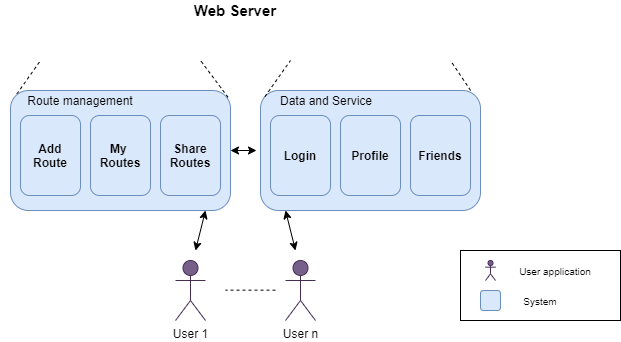
Arquisoft/viade_es3a keeps this draw.io diagram as src/docs/images/d05_level3.png. Above is the earlier version. Source tidied: cells renumbered, new cells last; positions are measured from the earlier drawing's top-left corner, leaving out a move shared by most shapes.
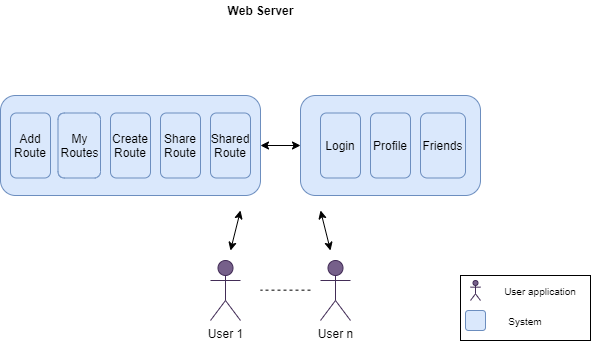
The same diagram one commit later.

What changed in the source:
```diff
@@ -2,102 +2,83 @@
   <root>
     <mxCell id="0" />
     <mxCell id="1" parent="0" />
-    <mxCell id="2" style="rounded=0;whiteSpace=wrap;html=1;" parent="1" vertex="1">
-      <mxGeometry x="460" y="250" width="160" height="70" as="geometry" />
-    </mxCell>
-    <mxCell id="3" value="&lt;font style=&quot;font-size: 15px&quot;&gt;&lt;b&gt;Web Server&lt;/b&gt;&lt;/font&gt;" style="text;html=1;strokeColor=none;fillColor=none;align=center;verticalAlign=middle;whiteSpace=wrap;rounded=0;" parent="1" vertex="1">
-      <mxGeometry x="175" width="120" height="20" as="geometry" />
-    </mxCell>
     <mxCell id="4" value="&lt;font color=&quot;#000000&quot;&gt;User 1&lt;/font&gt;" style="shape=umlActor;verticalLabelPosition=bottom;labelBackgroundColor=#ffffff;verticalAlign=top;html=1;fillColor=#76608a;strokeColor=#432D57;fontColor=#ffffff;" parent="1" vertex="1">
-      <mxGeometry x="175" y="260" width="30" height="60" as="geometry" />
+      <mxGeometry x="850" y="695" width="30" height="60" as="geometry" />
     </mxCell>
     <mxCell id="5" value="&lt;font color=&quot;#000000&quot;&gt;User n&lt;/font&gt;" style="shape=umlActor;verticalLabelPosition=bottom;labelBackgroundColor=#ffffff;verticalAlign=top;html=1;fillColor=#76608a;strokeColor=#432D57;fontColor=#ffffff;" parent="1" vertex="1">
-      <mxGeometry x="285" y="260" width="30" height="60" as="geometry" />
+      <mxGeometry x="960" y="695" width="30" height="60" as="geometry" />
     </mxCell>
-    <mxCell id="6" style="endArrow=none;dashed=1;html=1;" parent="1" edge="1">
-      <mxGeometry relative="1" as="geometry">
-        <mxPoint x="275" y="289.7" as="sourcePoint" />
-        <mxPoint x="225" y="289.7" as="targetPoint" />
-      </mxGeometry>
-    </mxCell>
-    <mxCell id="7" style="endArrow=classic;startArrow=classic;html=1;entryX=0.25;entryY=1;entryDx=0;entryDy=0;" parent="1" edge="1">
-      <mxGeometry relative="1" as="geometry">
-        <mxPoint x="195" y="250" as="sourcePoint" />
-        <mxPoint x="205" y="210" as="targetPoint" />
-      </mxGeometry>
-    </mxCell>
-    <mxCell id="8" style="endArrow=classic;startArrow=classic;html=1;" parent="1" edge="1">
-      <mxGeometry relative="1" as="geometry">
-        <mxPoint x="295" y="250" as="sourcePoint" />
-        <mxPoint x="285" y="210" as="targetPoint" />
-      </mxGeometry>
-    </mxCell>
-    <mxCell id="9" style="endArrow=none;dashed=1;html=1;exitX=0.029;exitY=0.029;exitDx=0;exitDy=0;exitPerimeter=0;" parent="1" edge="1" source="10">
-      <mxGeometry relative="1" as="geometry">
-        <mxPoint x="40" y="60" as="targetPoint" />
-      </mxGeometry>
-    </mxCell>
-    <mxCell id="10" style="rounded=1;whiteSpace=wrap;html=1;fillColor=#dae8fc;strokeColor=#6c8ebf;" parent="1" vertex="1">
-      <mxGeometry x="10" y="90" width="220" height="120" as="geometry" />
-    </mxCell>
+    <mxCell id="28" style="endArrow=none;dashed=1;html=1;" parent="1" edge="1">
+      <mxGeometry relative="1" as="geometry">
+        <mxPoint x="950" y="724.7" as="sourcePoint" />
+        <mxPoint x="900" y="724.7" as="targetPoint" />
+      </mxGeometry>
+    </mxCell>
+    <mxCell id="29" style="endArrow=classic;startArrow=classic;html=1;entryX=0.25;entryY=1;entryDx=0;entryDy=0;" parent="1" edge="1">
+      <mxGeometry relative="1" as="geometry">
+        <mxPoint x="870" y="685" as="sourcePoint" />
+        <mxPoint x="880" y="645" as="targetPoint" />
+      </mxGeometry>
+    </mxCell>
+    <mxCell id="30" style="rounded=1;whiteSpace=wrap;html=1;fillColor=#dae8fc;strokeColor=#6c8ebf;" parent="1" vertex="1">
+      <mxGeometry x="640" y="530" width="260" height="100" as="geometry" />
+    </mxCell>
+    <mxCell id="31" value="&lt;span style=&quot;color: rgba(0 , 0 , 0 , 0) ; font-family: monospace ; font-size: 0px&quot;&gt;%3CmxGraphModel%3E%3Croot%3E%3CmxCell%20id%3D%220%22%2F%3E%3CmxCell%20id%3D%221%22%20parent%3D%220%22%2F%3E%3CmxCell%20id%3D%222%22%20value%3D%22%26lt%3Bb%26gt%3B%26lt%3Bfont%20style%3D%26quot%3Bfont-size%3A%2017px%26quot%3B%26gt%3BViade%20Application%26lt%3B%2Ffont%26gt%3B%26lt%3B%2Fb%26gt%3B%22%20style%3D%22rounded%3D1%3BwhiteSpace%3Dwrap%3Bhtml%3D1%3B%22%20vertex%3D%221%22%20parent%3D%221%22%3E%3CmxGeometry%20x%3D%22-970%22%20y%3D%2290%22%20width%3D%22130%22%20height%3D%22100%22%20as%3D%22geometry%22%2F%3E%3C%2FmxCell%3E%3C%2Froot%3E%3C%2FmxGraphModel%3E&lt;/span&gt;" style="text;html=1;align=center;verticalAlign=middle;" parent="1" vertex="1">
+      <mxGeometry x="1041" y="625" width="20" height="20" as="geometry" />
+    </mxCell>
+    <mxCell id="32" style="rounded=1;whiteSpace=wrap;html=1;fillColor=#dae8fc;strokeColor=#6c8ebf;" parent="1" vertex="1">
+      <mxGeometry x="940" y="530" width="180" height="100" as="geometry" />
+    </mxCell>
+    <mxCell id="33" style="endArrow=classic;startArrow=classic;html=1;" parent="1" edge="1">
+      <mxGeometry relative="1" as="geometry">
+        <mxPoint x="970" y="685" as="sourcePoint" />
+        <mxPoint x="960" y="645" as="targetPoint" />
+      </mxGeometry>
+    </mxCell>
+    <mxCell id="34" style="endArrow=classic;startArrow=classic;html=1;entryX=0;entryY=0.5;entryDx=0;entryDy=0;exitX=1;exitY=0.5;exitDx=0;exitDy=0;" parent="1" edge="1" source="30" target="32">
+      <mxGeometry relative="1" as="geometry" />
+    </mxCell>
+    <mxCell id="35" style="rounded=0;whiteSpace=wrap;html=1;" parent="1" vertex="1">
+      <mxGeometry x="1100" y="710" width="130" height="65" as="geometry" />
+    </mxCell>
+    <mxCell id="36" style="shape=umlActor;verticalLabelPosition=bottom;labelBackgroundColor=#ffffff;verticalAlign=top;html=1;fillColor=#76608a;strokeColor=#432D57;fontColor=#ffffff;" parent="1" vertex="1">
+      <mxGeometry x="1110" y="715" width="10" height="20" as="geometry" />
+    </mxCell>
+    <mxCell id="24" value="&lt;font style=&quot;font-size: 10px&quot;&gt;User application&lt;/font&gt;" style="text;html=1;strokeColor=none;fillColor=none;align=center;verticalAlign=middle;whiteSpace=wrap;rounded=0;" parent="1" vertex="1">
+      <mxGeometry x="1120" y="715" width="120" height="20" as="geometry" />
+    </mxCell>
+    <mxCell id="37" style="rounded=1;whiteSpace=wrap;html=1;fillColor=#dae8fc;strokeColor=#6c8ebf;" parent="1" vertex="1">
+      <mxGeometry x="1105" y="745" width="20" height="20" as="geometry" />
+    </mxCell>
+    <mxCell id="26" value="&lt;font style=&quot;font-size: 10px&quot;&gt;System&lt;/font&gt;" style="text;html=1;strokeColor=none;fillColor=none;align=center;verticalAlign=middle;whiteSpace=wrap;rounded=0;" parent="1" vertex="1">
+      <mxGeometry x="1105" y="745" width="120" height="20" as="geometry" />
+    </mxCell>
-    <mxCell id="11" value="&lt;font size=&quot;1&quot;&gt;&lt;b style=&quot;font-size: 12px&quot;&gt;Add&lt;br&gt;Route&lt;br&gt;&lt;/b&gt;&lt;/font&gt;" style="rounded=1;whiteSpace=wrap;html=1;fillColor=#dae8fc;strokeColor=#6c8ebf;" parent="1" vertex="1">
-      <mxGeometry x="20" y="115" width="60" height="80" as="geometry" />
+    <mxCell id="11" value="Add&lt;br&gt;Route" style="rounded=1;whiteSpace=wrap;html=1;fillColor=#dae8fc;strokeColor=#6c8ebf;" parent="1" vertex="1">
+      <mxGeometry x="650" y="547.5" width="40" height="65" as="geometry" />
     </mxCell>
-    <mxCell id="12" value="&lt;font size=&quot;1&quot;&gt;&lt;b style=&quot;font-size: 12px&quot;&gt;My&amp;nbsp;&lt;br&gt;Routes&lt;br&gt;&lt;/b&gt;&lt;/font&gt;" style="rounded=1;whiteSpace=wrap;html=1;fillColor=#dae8fc;strokeColor=#6c8ebf;" parent="1" vertex="1">
-      <mxGeometry x="90" y="115" width="60" height="80" as="geometry" />
+    <mxCell id="12" value="My&lt;br&gt;Routes" style="rounded=1;whiteSpace=wrap;html=1;fillColor=#dae8fc;strokeColor=#6c8ebf;" parent="1" vertex="1">
+      <mxGeometry x="697.5" y="547.5" width="42.5" height="65" as="geometry" />
     </mxCell>
-    <mxCell id="13" value="&lt;font size=&quot;1&quot;&gt;&lt;b style=&quot;font-size: 12px&quot;&gt;Share&lt;br&gt;Routes&lt;br&gt;&lt;/b&gt;&lt;/font&gt;" style="rounded=1;whiteSpace=wrap;html=1;fillColor=#dae8fc;strokeColor=#6c8ebf;" parent="1" vertex="1">
-      <mxGeometry x="160" y="115" width="60" height="80" as="geometry" />
-    </mxCell>
-    <mxCell id="14" style="rounded=1;whiteSpace=wrap;html=1;fillColor=#dae8fc;strokeColor=#6c8ebf;" parent="1" vertex="1">
-      <mxGeometry x="260" y="90" width="220" height="120" as="geometry" />
-    </mxCell>
+    <mxCell id="38" value="Create&lt;br&gt;Route" style="rounded=1;whiteSpace=wrap;html=1;fillColor=#dae8fc;strokeColor=#6c8ebf;" parent="1" vertex="1">
+      <mxGeometry x="750" y="547.5" width="40" height="65" as="geometry" />
+    </mxCell>
+    <mxCell id="39" value="Share&lt;br&gt;Route" style="rounded=1;whiteSpace=wrap;html=1;fillColor=#dae8fc;strokeColor=#6c8ebf;" parent="1" vertex="1">
+      <mxGeometry x="800" y="547.5" width="40" height="65" as="geometry" />
+    </mxCell>
+    <mxCell id="40" value="Shared&lt;br&gt;Route" style="rounded=1;whiteSpace=wrap;html=1;fillColor=#dae8fc;strokeColor=#6c8ebf;" parent="1" vertex="1">
+      <mxGeometry x="850" y="547.5" width="40" height="65" as="geometry" />
+    </mxCell>
-    <mxCell id="15" value="&lt;font size=&quot;1&quot;&gt;&lt;b style=&quot;font-size: 12px&quot;&gt;Login&lt;br&gt;&lt;/b&gt;&lt;/font&gt;" style="rounded=1;whiteSpace=wrap;html=1;fillColor=#dae8fc;strokeColor=#6c8ebf;" parent="1" vertex="1">
-      <mxGeometry x="270" y="115" width="60" height="80" as="geometry" />
+    <mxCell id="15" value="Login" style="rounded=1;whiteSpace=wrap;html=1;fillColor=#dae8fc;strokeColor=#6c8ebf;" parent="1" vertex="1">
+      <mxGeometry x="960" y="547.5" width="40" height="65" as="geometry" />
     </mxCell>
-    <mxCell id="16" value="&lt;font size=&quot;1&quot;&gt;&lt;b style=&quot;font-size: 12px&quot;&gt;Profile&lt;br&gt;&lt;/b&gt;&lt;/font&gt;" style="rounded=1;whiteSpace=wrap;html=1;fillColor=#dae8fc;strokeColor=#6c8ebf;" parent="1" vertex="1">
-      <mxGeometry x="340" y="115" width="60" height="80" as="geometry" />
+    <mxCell id="16" value="Profile" style="rounded=1;whiteSpace=wrap;html=1;fillColor=#dae8fc;strokeColor=#6c8ebf;" parent="1" vertex="1">
+      <mxGeometry x="1010" y="547.5" width="40" height="65" as="geometry" />
     </mxCell>
-    <mxCell id="17" value="&lt;font size=&quot;1&quot;&gt;&lt;b style=&quot;font-size: 12px&quot;&gt;Friends&lt;br&gt;&lt;/b&gt;&lt;/font&gt;" style="rounded=1;whiteSpace=wrap;html=1;fillColor=#dae8fc;strokeColor=#6c8ebf;" parent="1" vertex="1">
-      <mxGeometry x="410" y="115" width="60" height="80" as="geometry" />
+    <mxCell id="17" value="Friends" style="rounded=1;whiteSpace=wrap;html=1;fillColor=#dae8fc;strokeColor=#6c8ebf;" parent="1" vertex="1">
+      <mxGeometry x="1060" y="547.5" width="45" height="65" as="geometry" />
     </mxCell>
-    <mxCell id="18" style="endArrow=none;dashed=1;html=1;exitX=0.989;exitY=0.057;exitDx=0;exitDy=0;exitPerimeter=0;" parent="1" edge="1" source="10">
-      <mxGeometry relative="1" as="geometry">
-        <mxPoint x="200" y="60" as="targetPoint" />
-      </mxGeometry>
-    </mxCell>
-    <mxCell id="19" style="endArrow=none;dashed=1;html=1;exitX=0.02;exitY=0.051;exitDx=0;exitDy=0;exitPerimeter=0;" parent="1" edge="1" source="14">
-      <mxGeometry relative="1" as="geometry">
-        <mxPoint x="290" y="60" as="targetPoint" />
-      </mxGeometry>
-    </mxCell>
-    <mxCell id="20" style="endArrow=none;dashed=1;html=1;exitX=0.955;exitY=0;exitDx=0;exitDy=0;exitPerimeter=0;" parent="1" edge="1" source="14">
-      <mxGeometry relative="1" as="geometry">
-        <mxPoint x="450" y="60" as="targetPoint" />
-      </mxGeometry>
-    </mxCell>
-    <mxCell id="21" value="Route management" style="text;html=1;strokeColor=none;fillColor=none;align=center;verticalAlign=middle;whiteSpace=wrap;rounded=0;" parent="1" vertex="1">
-      <mxGeometry y="90" width="160" height="20" as="geometry" />
-    </mxCell>
-    <mxCell id="22" value="Data and Service" style="text;html=1;strokeColor=none;fillColor=none;align=center;verticalAlign=middle;whiteSpace=wrap;rounded=0;" parent="1" vertex="1">
-      <mxGeometry x="265.5" y="90" width="120" height="20" as="geometry" />
-    </mxCell>
-    <mxCell id="23" style="shape=umlActor;verticalLabelPosition=bottom;labelBackgroundColor=#ffffff;verticalAlign=top;html=1;fillColor=#76608a;strokeColor=#432D57;fontColor=#ffffff;" parent="1" vertex="1">
-      <mxGeometry x="485" y="260" width="10" height="20" as="geometry" />
-    </mxCell>
-    <mxCell id="24" value="&lt;font style=&quot;font-size: 10px&quot;&gt;User application&lt;/font&gt;" style="text;html=1;strokeColor=none;fillColor=none;align=center;verticalAlign=middle;whiteSpace=wrap;rounded=0;" parent="1" vertex="1">
-      <mxGeometry x="495" y="260" width="120" height="20" as="geometry" />
-    </mxCell>
-    <mxCell id="25" style="rounded=1;whiteSpace=wrap;html=1;fillColor=#dae8fc;strokeColor=#6c8ebf;" parent="1" vertex="1">
-      <mxGeometry x="480" y="290" width="20" height="20" as="geometry" />
-    </mxCell>
-    <mxCell id="26" value="&lt;font style=&quot;font-size: 10px&quot;&gt;System&lt;/font&gt;" style="text;html=1;strokeColor=none;fillColor=none;align=center;verticalAlign=middle;whiteSpace=wrap;rounded=0;" parent="1" vertex="1">
-      <mxGeometry x="480" y="290" width="120" height="20" as="geometry" />
-    </mxCell>
-    <mxCell id="27" style="endArrow=classic;startArrow=classic;html=1;" parent="1" edge="1" source="10">
-      <mxGeometry relative="1" as="geometry">
-        <mxPoint x="256" y="150" as="targetPoint" />
-      </mxGeometry>
-    </mxCell>
+    <mxCell id="3" value="&lt;b&gt;Web Server&lt;/b&gt;" style="text;html=1;align=center;verticalAlign=middle;" parent="1" vertex="1">
+      <mxGeometry x="860" y="435" width="80" height="20" as="geometry" />
+    </mxCell>
   </root>
 </mxGraphModel>
```
